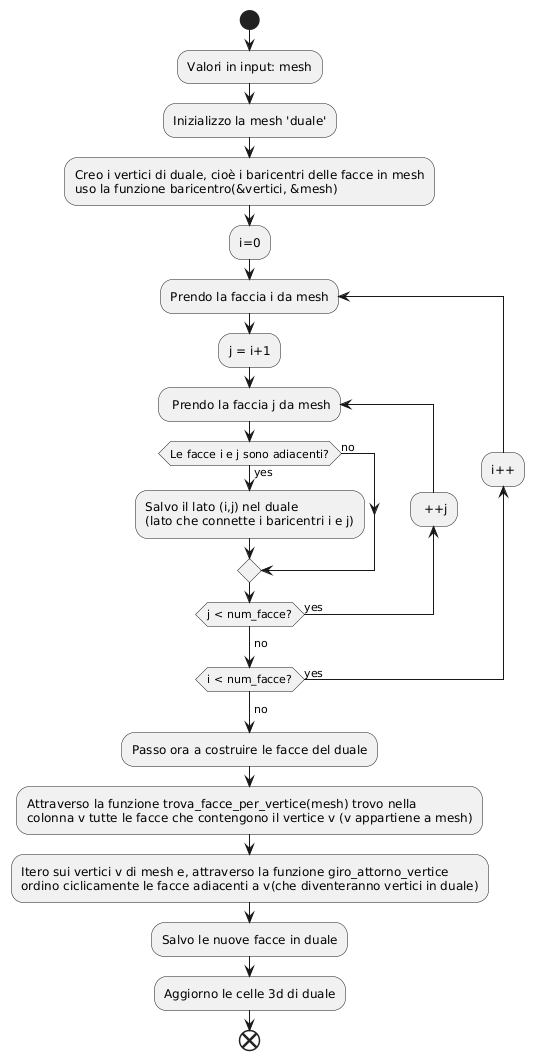
This is Documentazione UML/File png/duale.png from ElenaFaraci/PCS_project_2025, a PlantUML export, as it was before one commit. The source it was exported from:
```plantuml
@startuml
start
:Valori in input: mesh;
:Inizializzo la mesh 'duale';
:Creo i vertici di duale, cioè i baricentri delle facce in mesh
uso la funzione baricentro(&vertici, &mesh);
:i=0;
repeat:Prendo la faccia i da mesh;
:j = i+1;
repeat: Prendo la faccia j da mesh;
if(Le facce i e j sono adiacenti?) then(yes)
:Salvo il lato (i,j) nel duale
(lato che connette i baricentri i e j);
else (no)
endif
backward: ++j;
repeat while (j < num_facce?) is (yes)
-> no;
backward:i++;
repeat while (i < num_facce?) is (yes)
-> no;
:Passo ora a costruire le facce del duale;
:Attraverso la funzione trova_facce_per_vertice(mesh) trovo nella
colonna v tutte le facce che contengono il vertice v (v appartiene a mesh);
:Itero sui vertici v di mesh e, attraverso la funzione giro_attorno_vertice
ordino ciclicamente le facce adiacenti a v(che diventeranno vertici in duale);
:Salvo le nuove facce in duale;
:Aggiorno le celle 3d di duale;

end
@enduml
```
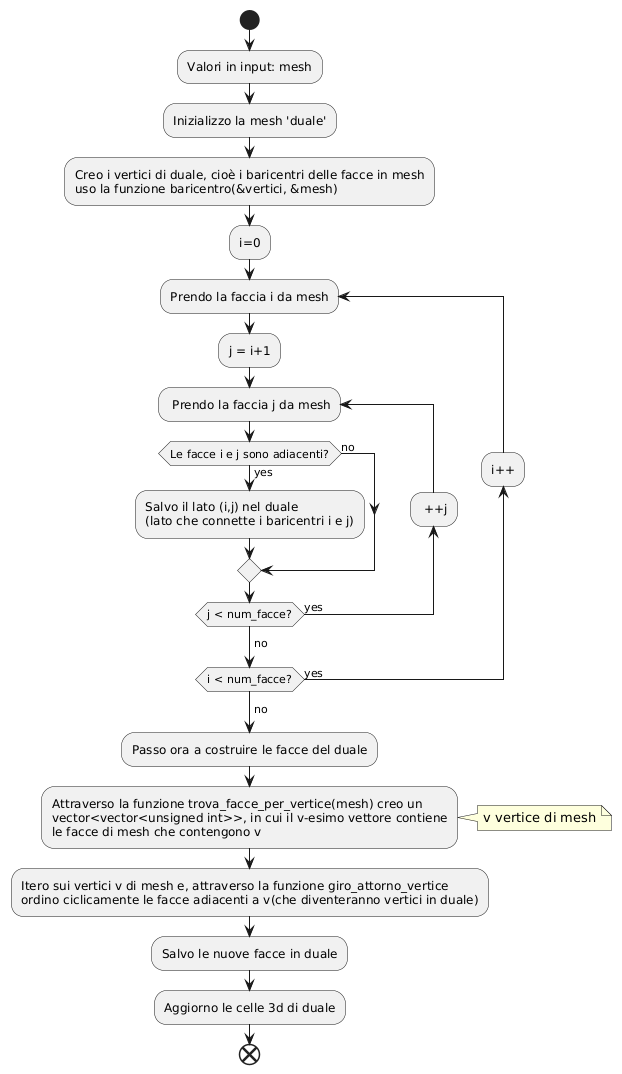
After the change.

Change to the diagram source:
```diff
@@ -20,8 +20,12 @@
 repeat while (i < num_facce?) is (yes)
 -> no;
 :Passo ora a costruire le facce del duale;
-:Attraverso la funzione trova_facce_per_vertice(mesh) trovo nella
-colonna v tutte le facce che contengono il vertice v (v appartiene a mesh);
+:Attraverso la funzione trova_facce_per_vertice(mesh) creo un
+vector<vector<unsigned int>>, in cui il v-esimo vettore contiene
+le facce di mesh che contengono v;
+note right
+v vertice di mesh
+end note
 :Itero sui vertici v di mesh e, attraverso la funzione giro_attorno_vertice
 ordino ciclicamente le facce adiacenti a v(che diventeranno vertici in duale);
 :Salvo le nuove facce in duale;
```
